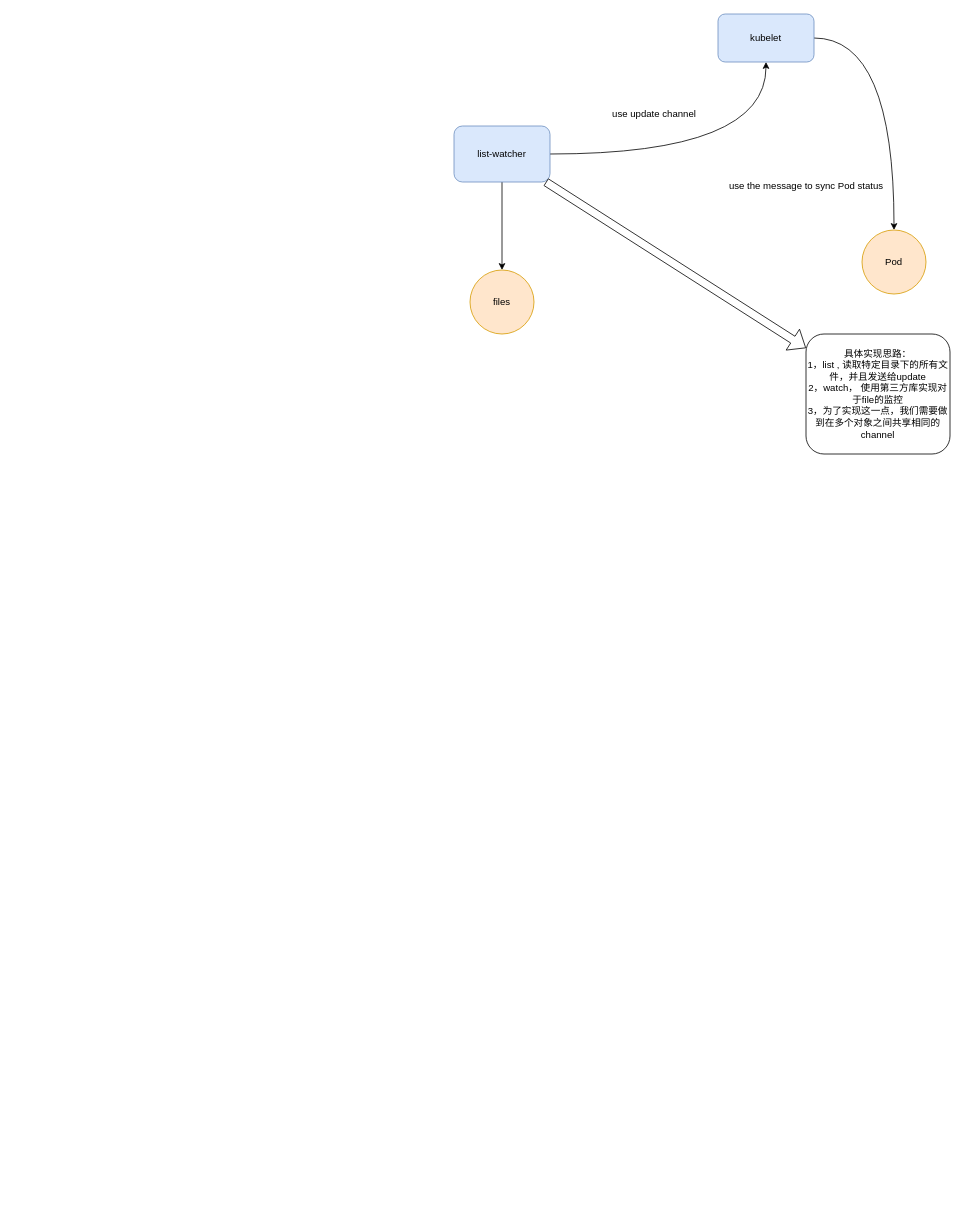
The draw.io diagram docs/minik8s.drawio in Electronic-Waste/Minik8s, before the edit. Source tidied: cells renumbered, new cells numbered last; positions are measured from the earlier drawing's top-left corner, leaving out a move shared by most shapes. Both pictures are drawn from the tidied source at 80%, with x=0, y=0 at pixel (454, 14).
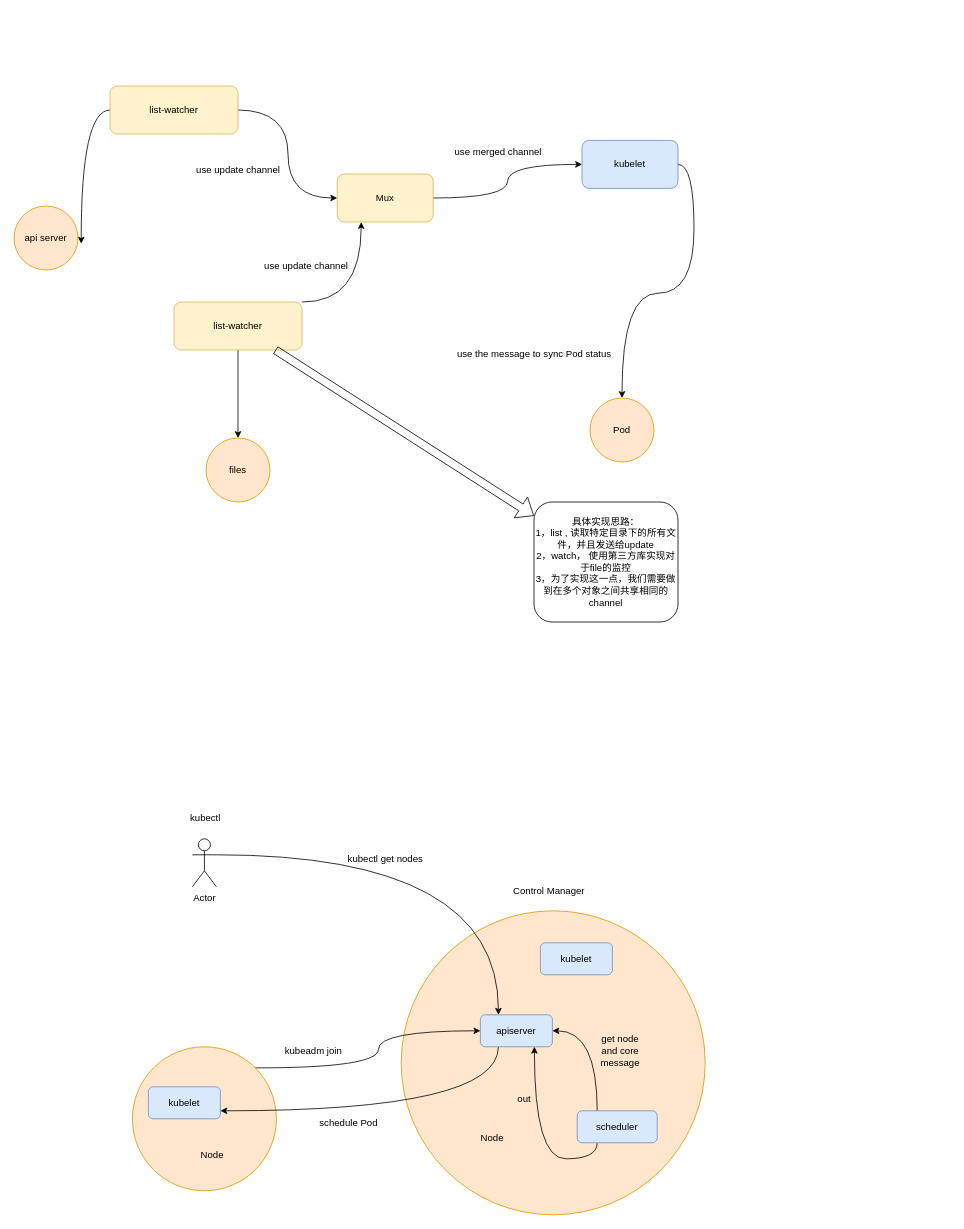
Above is the later version.

Diff of the diagram source:
```diff
@@
     <mxCell id="3" value="kubelet" style="rounded=1;whiteSpace=wrap;html=1;fillColor=#dae8fc;strokeColor=#6c8ebf;" parent="1" vertex="1">
-      <mxGeometry x="330" width="120" height="60" as="geometry" />
+      <mxGeometry x="160" y="158" width="120" height="60" as="geometry" />
     </mxCell>
     <mxCell id="4" value="files" style="ellipse;whiteSpace=wrap;html=1;fillColor=#ffe6cc;strokeColor=#d79b00;" parent="1" vertex="1">
-      <mxGeometry x="20" y="320" width="80" height="80" as="geometry" />
+      <mxGeometry x="-310" y="530" width="80" height="80" as="geometry" />
     </mxCell>
@@
-    <mxCell id="6" style="edgeStyle=orthogonalEdgeStyle;rounded=0;jettySize=auto;html=1;exitX=1;exitY=0.5;exitDx=0;exitDy=0;entryX=0.5;entryY=1;entryDx=0;entryDy=0;curved=1;" parent="1" edge="1" source="7" target="3">
-      <mxGeometry relative="1" as="geometry" />
-    </mxCell>
+    <mxCell id="13" style="edgeStyle=orthogonalEdgeStyle;rounded=0;jettySize=auto;html=1;entryX=0.25;entryY=1;entryDx=0;entryDy=0;curved=1;" parent="1" edge="1" target="15">
+      <mxGeometry relative="1" as="geometry">
+        <mxPoint x="-190" y="360" as="sourcePoint" />
+      </mxGeometry>
+    </mxCell>
-    <mxCell id="7" value="list-watcher" style="rounded=1;whiteSpace=wrap;html=1;fillColor=#dae8fc;strokeColor=#6c8ebf;" parent="1" vertex="1">
-      <mxGeometry y="140" width="120" height="70" as="geometry" />
+    <mxCell id="7" value="list-watcher" style="rounded=1;whiteSpace=wrap;html=1;fillColor=#fff2cc;strokeColor=#d6b656;" parent="1" vertex="1">
+      <mxGeometry x="-350" y="360" width="160" height="60" as="geometry" />
     </mxCell>
     <mxCell id="8" value="use update channel" style="text;html=1;align=center;verticalAlign=middle;strokeColor=none;fillColor=none;" parent="1" vertex="1">
-      <mxGeometry x="185" y="110" width="130" height="30" as="geometry" />
+      <mxGeometry x="-250" y="300" width="130" height="30" as="geometry" />
     </mxCell>
     <mxCell id="9" value="Pod" style="ellipse;whiteSpace=wrap;html=1;fillColor=#ffe6cc;strokeColor=#d79b00;" parent="1" vertex="1">
-      <mxGeometry x="510" y="270" width="80" height="80" as="geometry" />
+      <mxGeometry x="170" y="480" width="80" height="80" as="geometry" />
     </mxCell>
     <mxCell id="10" value="use the message to sync Pod status" style="text;html=1;align=center;verticalAlign=middle;strokeColor=none;fillColor=none;" parent="1" vertex="1">
-      <mxGeometry x="330" y="200" width="220" height="30" as="geometry" />
+      <mxGeometry x="-10" y="410" width="220" height="30" as="geometry" />
     </mxCell>
@@
     <mxCell id="12" value="具体实现思路：&lt;br&gt;1，list , 读取特定目录下的所有文件，并且发送给update&lt;br&gt;2，watch， 使用第三方库实现对于file的监控&lt;br&gt;3，为了实现这一点，我们需要做到在多个对象之间共享相同的channel" style="rounded=1;whiteSpace=wrap;html=1;" parent="1" vertex="1">
-      <mxGeometry x="440" y="400" width="180" height="150" as="geometry" />
+      <mxGeometry x="100" y="610" width="180" height="150" as="geometry" />
     </mxCell>
+    <mxCell id="14" style="edgeStyle=orthogonalEdgeStyle;rounded=0;jettySize=auto;html=1;entryX=0;entryY=0.5;entryDx=0;entryDy=0;curved=1;" parent="1" edge="1" source="15" target="3">
+      <mxGeometry relative="1" as="geometry" />
+    </mxCell>
+    <mxCell id="15" value="Mux" style="rounded=1;whiteSpace=wrap;html=1;fillColor=#fff2cc;strokeColor=#d6b656;" parent="1" vertex="1">
+      <mxGeometry x="-146" y="200" width="120" height="60" as="geometry" />
+    </mxCell>
+    <mxCell id="16" value="use merged channel" style="text;html=1;align=center;verticalAlign=middle;strokeColor=none;fillColor=none;" parent="1" vertex="1">
+      <mxGeometry x="-10" y="158" width="130" height="30" as="geometry" />
+    </mxCell>
+    <mxCell id="17" style="edgeStyle=orthogonalEdgeStyle;rounded=0;jettySize=auto;html=1;entryX=1.05;entryY=0.588;entryDx=0;entryDy=0;entryPerimeter=0;curved=1;" parent="1" edge="1" target="20">
+      <mxGeometry relative="1" as="geometry">
+        <mxPoint x="-430" y="120" as="sourcePoint" />
+      </mxGeometry>
+    </mxCell>
+    <mxCell id="18" style="edgeStyle=orthogonalEdgeStyle;rounded=0;jettySize=auto;html=1;entryX=0;entryY=0.5;entryDx=0;entryDy=0;curved=1;" parent="1" edge="1" target="15">
+      <mxGeometry relative="1" as="geometry">
+        <mxPoint x="-270" y="120" as="sourcePoint" />
+      </mxGeometry>
+    </mxCell>
+    <mxCell id="19" value="list-watcher" style="rounded=1;whiteSpace=wrap;html=1;fillColor=#fff2cc;strokeColor=#d6b656;" parent="1" vertex="1">
+      <mxGeometry x="-430" y="90" width="160" height="60" as="geometry" />
+    </mxCell>
+    <mxCell id="20" value="api server" style="ellipse;whiteSpace=wrap;html=1;fillColor=#ffe6cc;strokeColor=#d79b00;" parent="1" vertex="1">
+      <mxGeometry x="-550" y="240" width="80" height="80" as="geometry" />
+    </mxCell>
+    <mxCell id="21" value="use update channel" style="text;html=1;align=center;verticalAlign=middle;strokeColor=none;fillColor=none;" parent="1" vertex="1">
+      <mxGeometry x="-335" y="180" width="130" height="30" as="geometry" />
+    </mxCell>
+    <mxCell id="22" style="ellipse;whiteSpace=wrap;html=1;fillColor=#ffe6cc;strokeColor=#d79b00;" parent="1" vertex="1">
+      <mxGeometry x="-66" y="1121" width="380" height="380" as="geometry" />
+    </mxCell>
+    <mxCell id="23" style="edgeStyle=orthogonalEdgeStyle;rounded=0;jettySize=auto;html=1;exitX=1;exitY=0;exitDx=0;exitDy=0;curved=1;" parent="1" edge="1" source="24" target="31">
+      <mxGeometry relative="1" as="geometry" />
+    </mxCell>
+    <mxCell id="24" style="ellipse;whiteSpace=wrap;html=1;fillColor=#ffe6cc;strokeColor=#d79b00;" parent="1" vertex="1">
+      <mxGeometry x="-402" y="1291" width="180" height="180" as="geometry" />
+    </mxCell>
+    <mxCell id="25" value="kubelet" style="rounded=1;whiteSpace=wrap;html=1;fillColor=#dae8fc;strokeColor=#6c8ebf;" parent="1" vertex="1">
+      <mxGeometry x="-382" y="1341" width="90" height="40" as="geometry" />
+    </mxCell>
+    <mxCell id="26" value="kubelet" style="rounded=1;whiteSpace=wrap;html=1;fillColor=#dae8fc;strokeColor=#6c8ebf;" parent="1" vertex="1">
+      <mxGeometry x="108" y="1161" width="90" height="40" as="geometry" />
+    </mxCell>
+    <mxCell id="27" value="Node" style="text;html=1;strokeColor=none;fillColor=none;align=center;verticalAlign=middle;whiteSpace=wrap;rounded=0;" parent="1" vertex="1">
+      <mxGeometry x="-332" y="1411" width="60" height="30" as="geometry" />
+    </mxCell>
+    <mxCell id="28" value="Node" style="text;html=1;strokeColor=none;fillColor=none;align=center;verticalAlign=middle;whiteSpace=wrap;rounded=0;" parent="1" vertex="1">
+      <mxGeometry x="18" y="1390" width="60" height="30" as="geometry" />
+    </mxCell>
+    <mxCell id="29" value="Control Manager" style="text;html=1;strokeColor=none;fillColor=none;align=center;verticalAlign=middle;whiteSpace=wrap;rounded=0;" parent="1" vertex="1">
+      <mxGeometry x="24" y="1081" width="190" height="30" as="geometry" />
+    </mxCell>
+    <mxCell id="30" style="edgeStyle=orthogonalEdgeStyle;rounded=0;jettySize=auto;html=1;exitX=0.25;exitY=1;exitDx=0;exitDy=0;entryX=1;entryY=0.75;entryDx=0;entryDy=0;curved=1;" parent="1" edge="1" source="31" target="25">
+      <mxGeometry relative="1" as="geometry" />
+    </mxCell>
+    <mxCell id="31" value="apiserver" style="rounded=1;whiteSpace=wrap;html=1;fillColor=#dae8fc;strokeColor=#6c8ebf;" parent="1" vertex="1">
+      <mxGeometry x="33" y="1251" width="90" height="40" as="geometry" />
+    </mxCell>
+    <mxCell id="32" value="kubeadm join" style="text;html=1;align=center;verticalAlign=middle;strokeColor=none;fillColor=none;" parent="1" vertex="1">
+      <mxGeometry x="-221" y="1281" width="90" height="30" as="geometry" />
+    </mxCell>
+    <mxCell id="33" style="edgeStyle=orthogonalEdgeStyle;rounded=0;jettySize=auto;html=1;exitX=0.25;exitY=0;exitDx=0;exitDy=0;entryX=1;entryY=0.5;entryDx=0;entryDy=0;curved=1;" parent="1" edge="1" source="35" target="31">
+      <mxGeometry relative="1" as="geometry" />
+    </mxCell>
+    <mxCell id="34" style="edgeStyle=orthogonalEdgeStyle;rounded=0;jettySize=auto;html=1;exitX=0.25;exitY=1;exitDx=0;exitDy=0;curved=1;entryX=0.75;entryY=1;entryDx=0;entryDy=0;" parent="1" edge="1" source="35" target="31">
+      <mxGeometry relative="1" as="geometry" />
+    </mxCell>
+    <mxCell id="35" value="scheduler" style="rounded=1;whiteSpace=wrap;html=1;fillColor=#dae8fc;strokeColor=#6c8ebf;" parent="1" vertex="1">
+      <mxGeometry x="154" y="1371" width="100" height="40" as="geometry" />
+    </mxCell>
+    <mxCell id="36" value="get node and core message" style="text;html=1;strokeColor=none;fillColor=none;align=center;verticalAlign=middle;whiteSpace=wrap;rounded=0;" parent="1" vertex="1">
+      <mxGeometry x="178" y="1281" width="60" height="30" as="geometry" />
+    </mxCell>
+    <mxCell id="37" value="schedule Pod" style="text;html=1;align=center;verticalAlign=middle;strokeColor=none;fillColor=none;" parent="1" vertex="1">
+      <mxGeometry x="-182" y="1371" width="100" height="30" as="geometry" />
+    </mxCell>
+    <mxCell id="38" style="edgeStyle=orthogonalEdgeStyle;rounded=0;jettySize=auto;html=1;exitX=1;exitY=0.3333333333333333;exitDx=0;exitDy=0;exitPerimeter=0;entryX=0.25;entryY=0;entryDx=0;entryDy=0;curved=1;" parent="1" edge="1" source="39" target="31">
+      <mxGeometry relative="1" as="geometry" />
+    </mxCell>
+    <mxCell id="39" value="Actor" style="shape=umlActor;verticalLabelPosition=bottom;verticalAlign=top;html=1;outlineConnect=0;" parent="1" vertex="1">
+      <mxGeometry x="-327" y="1031" width="30" height="60" as="geometry" />
+    </mxCell>
+    <mxCell id="40" value="kubectl" style="text;html=1;align=center;verticalAlign=middle;strokeColor=none;fillColor=none;" parent="1" vertex="1">
+      <mxGeometry x="-341" y="990" width="60" height="30" as="geometry" />
+    </mxCell>
+    <mxCell id="41" value="kubectl get nodes" style="text;html=1;align=center;verticalAlign=middle;strokeColor=none;fillColor=none;" parent="1" vertex="1">
+      <mxGeometry x="-146" y="1041" width="120" height="30" as="geometry" />
+    </mxCell>
+    <mxCell id="42" value="out" style="text;html=1;strokeColor=none;fillColor=none;align=center;verticalAlign=middle;whiteSpace=wrap;rounded=0;" parent="1" vertex="1">
+      <mxGeometry x="58" y="1341" width="60" height="30" as="geometry" />
+    </mxCell>
```
